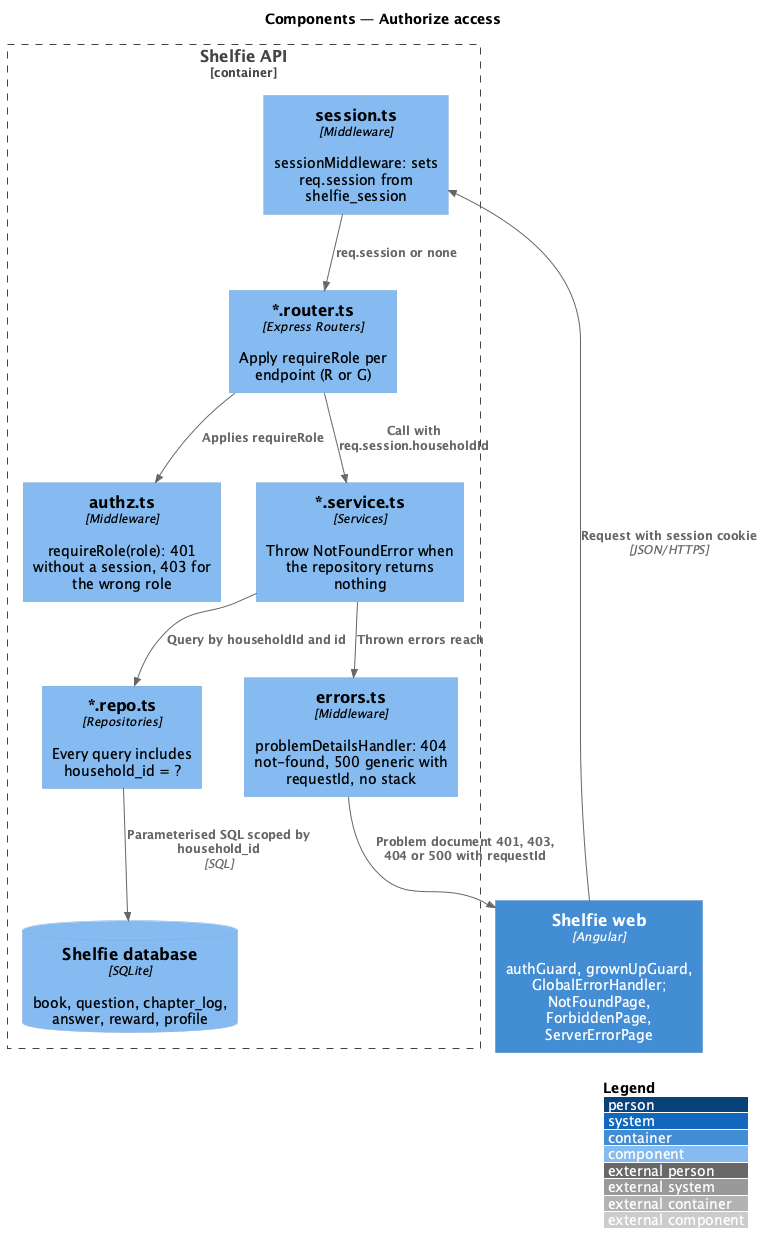
This is docs/detailed-designs/sign-in/authorize-access/diagrams/c4-component.png from QuinntyneBrown/shelfie, a PlantUML export, as it was before one commit.
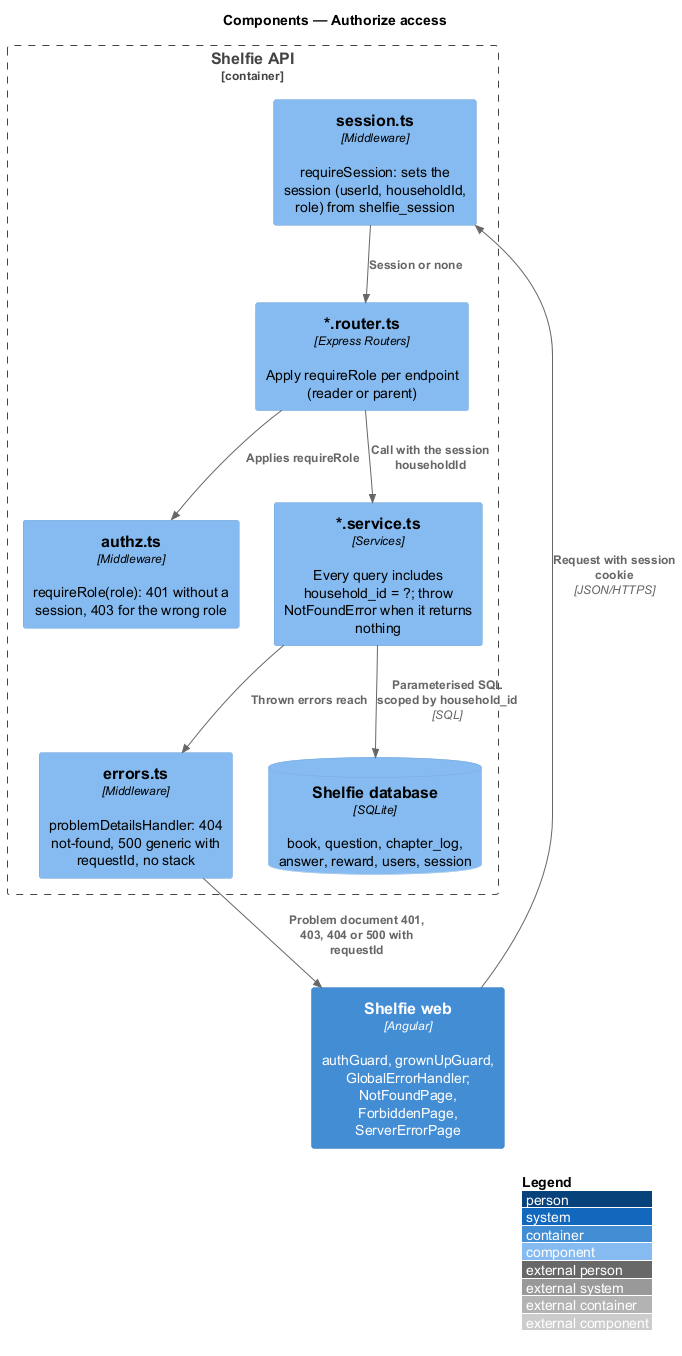
After the commit.

The edit, as a diff of the source:
```diff
@@ -5,20 +5,18 @@
 
 Container(web, "Shelfie web", "Angular", "authGuard, grownUpGuard, GlobalErrorHandler; NotFoundPage, ForbiddenPage, ServerErrorPage")
 Container_Boundary(api, "Shelfie API") {
-  Component(sessionMw, "session.ts", "Middleware", "sessionMiddleware: sets req.session from shelfie_session")
+  Component(sessionMw, "session.ts", "Middleware", "requireSession: sets the session (userId, householdId, role) from shelfie_session")
   Component(authz, "authz.ts", "Middleware", "requireRole(role): 401 without a session, 403 for the wrong role")
-  Component(routers, "*.router.ts", "Express Routers", "Apply requireRole per endpoint (R or G)")
-  Component(services, "*.service.ts", "Services", "Throw NotFoundError when the repository returns nothing")
-  Component(repos, "*.repo.ts", "Repositories", "Every query includes household_id = ?")
-  Component(errors, "errors.ts", "Middleware", "problemDetailsHandler: 404 not-found, 500 generic with requestId, no stack")
-  ComponentDb(db, "Shelfie database", "SQLite", "book, question, chapter_log, answer, reward, profile")
+  Component(routers, "*.router.ts", "Express Routers", "Apply requireRole per endpoint (reader or parent)")
+  Component(services, "*.service.ts", "Services", "Every query includes household_id = ?; throw NotFoundError when it returns nothing")
+    Component(errors, "errors.ts", "Middleware", "problemDetailsHandler: 404 not-found, 500 generic with requestId, no stack")
+  ComponentDb(db, "Shelfie database", "SQLite", "book, question, chapter_log, answer, reward, users, session")
 }
 Rel(web, sessionMw, "Request with session cookie", "JSON/HTTPS")
-Rel(sessionMw, routers, "req.session or none")
+Rel(sessionMw, routers, "Session or none")
 Rel(routers, authz, "Applies requireRole")
-Rel(routers, services, "Call with req.session.householdId")
-Rel(services, repos, "Query by householdId and id")
-Rel(repos, db, "Parameterised SQL scoped by household_id", "SQL")
+Rel(routers, services, "Call with the session householdId")
+Rel(services, db, "Parameterised SQL scoped by household_id", "SQL")
 Rel(services, errors, "Thrown errors reach")
 Rel(errors, web, "Problem document 401, 403, 404 or 500 with requestId")
 @enduml
```
